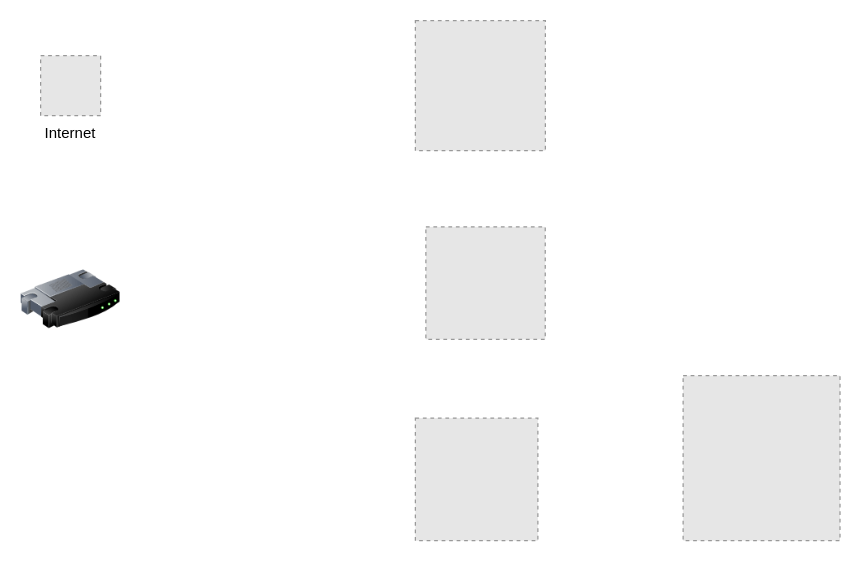
MoeRice/HomeLab keeps this draw.io diagram as diagram/HomeLab.drawio. Above is the earlier version. Source tidied: cells renumbered, new cells numbered last; positions are measured from the earlier drawing's top-left corner, leaving out a move shared by most shapes. Both pictures are drawn from the tidied source at 125%, with x=0, y=0 at pixel (20, 20). Pictures stored in the file or linked from it are replaced by grey dashed boxes.
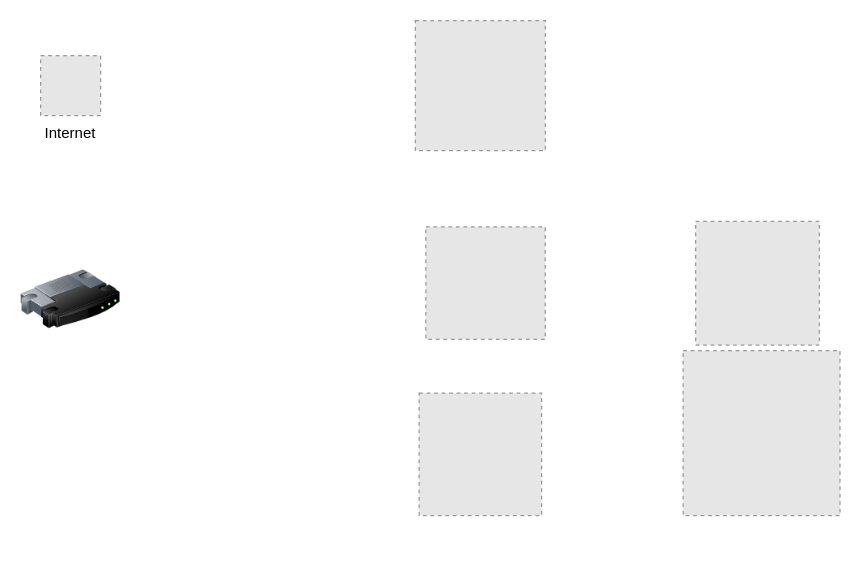
After the change.

What changed in the source:
```diff
@@
 <mxGraphModel>
   <root>
     <mxCell id="0" />
     <mxCell id="1" parent="0" />
     <mxCell id="2" value="Internet" style="fillColor=#E6E6E6;strokeColor=#999999;dashed=1;verticalLabelPosition=bottom;verticalAlign=top;labelBackgroundColor=#ffffff;" parent="1" vertex="1">
       <mxGeometry x="16" y="28" width="48" height="48" as="geometry" />
     </mxCell>
     <mxCell id="3" style="image;html=1;image=img/lib/clip_art/networking/Router_128x128.png;" parent="1" vertex="1">
       <mxGeometry y="183" width="80" height="80" as="geometry" />
     </mxCell>
     <mxCell id="4" style="fillColor=#E6E6E6;strokeColor=#999999;dashed=1;html=1;verticalAlign=top;verticalLabelPosition=bottom;labelBackgroundColor=#ffffff;" parent="1" vertex="1">
       <mxGeometry x="315.8" width="104" height="104" as="geometry" />
     </mxCell>
     <mxCell id="5" style="fillColor=#E6E6E6;strokeColor=#999999;dashed=1;verticalLabelPosition=bottom;verticalAlign=top;" parent="1" vertex="1">
       <mxGeometry x="324.2" y="165" width="95.5" height="90" as="geometry" />
     </mxCell>
     <mxCell id="6" style="fillColor=#E6E6E6;strokeColor=#999999;dashed=1;html=1;verticalAlign=top;verticalLabelPosition=bottom;labelBackgroundColor=#ffffff;" parent="1" vertex="1">
-      <mxGeometry x="315.8" y="318" width="98" height="98" as="geometry" />
+      <mxGeometry x="318.8" y="298" width="98" height="98" as="geometry" />
     </mxCell>
     <mxCell id="7" style="fillColor=#E6E6E6;strokeColor=#999999;dashed=1;verticalLabelPosition=bottom;verticalAlign=top;" parent="1" vertex="1">
-      <mxGeometry x="530" y="284" width="125.5" height="132" as="geometry" />
+      <mxGeometry x="530" y="264" width="125.5" height="132" as="geometry" />
     </mxCell>
+    <mxCell id="8" style="fillColor=#E6E6E6;strokeColor=#999999;dashed=1;verticalLabelPosition=bottom;verticalAlign=top;" parent="1" vertex="1">
+      <mxGeometry x="540" y="160.5" width="99" height="99" as="geometry" />
+    </mxCell>
   </root>
 </mxGraphModel>
```
